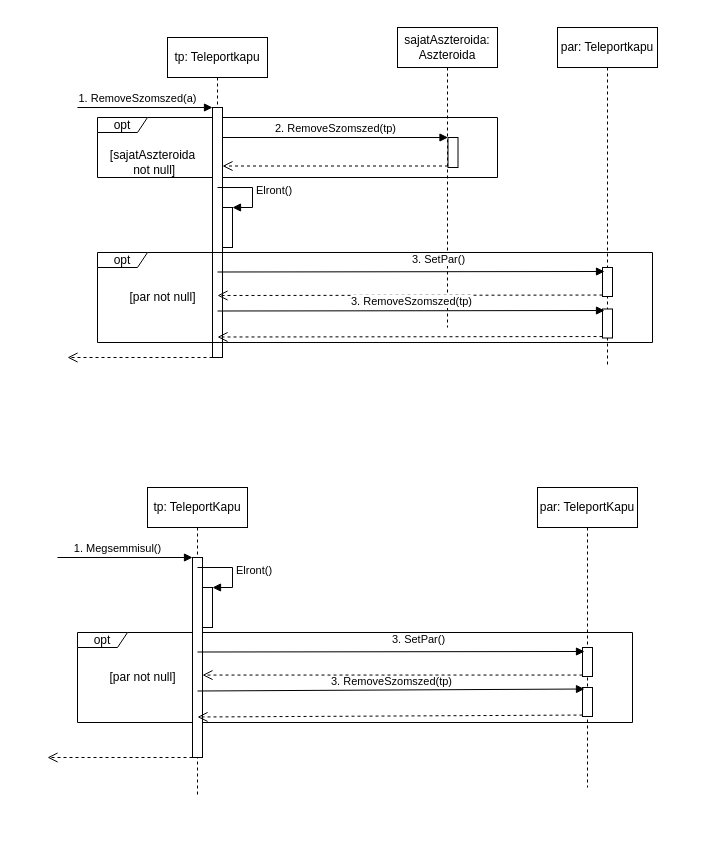
The draw.io diagram doc/uml/teleport kapu felrobban.drawio in torpeBoiGo/aszteroidabanyaszat, before the edit. Source tidied: cells renumbered, new cells numbered last; positions are measured from the earlier drawing's top-left corner, leaving out a move shared by most shapes. Both pictures are drawn from the tidied source at 100%, with x=0, y=0 at pixel (47, 27).
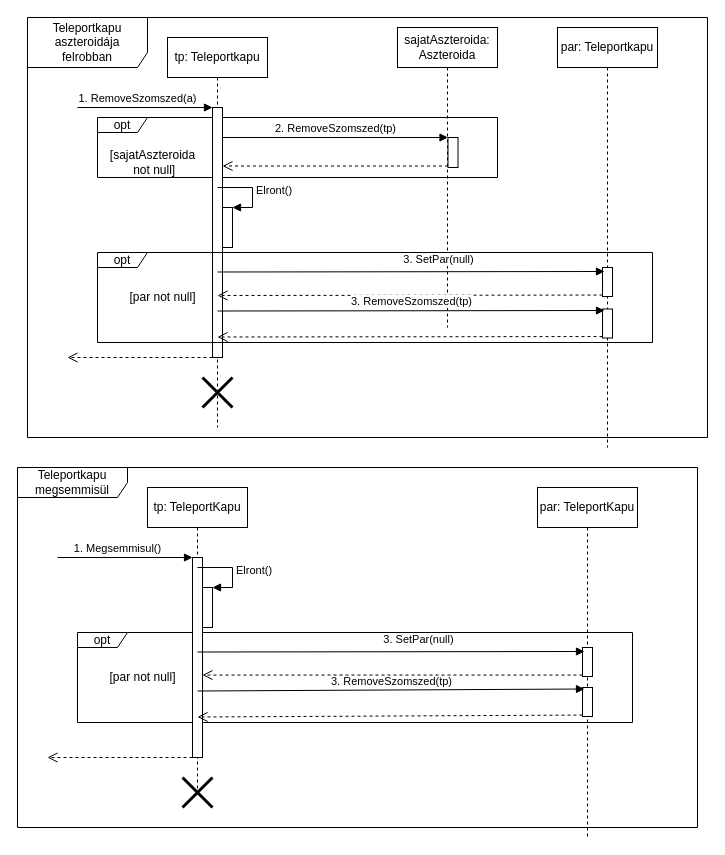
The same page after the edit.

Commit message:
meghalás jelölése X

Unchanged cells that the change refers to:
```xml
<mxCell id="24" value="tp: TeleportKapu" style="shape=umlLifeline;perimeter=lifelinePerimeter;whiteSpace=wrap;html=1;" parent="1" vertex="1">
  <mxGeometry x="100" y="460" width="100" height="310" as="geometry" />
</mxCell>
```

What changed in the source:
```diff
@@
+    <mxCell id="38" value="&lt;span&gt;Teleportkapu megsemmisül&lt;/span&gt;" style="shape=umlFrame;whiteSpace=wrap;html=1;width=110;height=30;" parent="1" vertex="1">
+      <mxGeometry x="-30" y="440" width="680" height="360" as="geometry" />
+    </mxCell>
+    <mxCell id="39" value="Teleportkapu aszteroidája felrobban" style="shape=umlFrame;whiteSpace=wrap;html=1;width=120;height=50;" parent="1" vertex="1">
+      <mxGeometry x="-20" y="-10" width="680" height="420" as="geometry" />
+    </mxCell>
@@
     <mxCell id="4" value="tp: Teleportkapu" style="shape=umlLifeline;perimeter=lifelinePerimeter;whiteSpace=wrap;html=1;" parent="1" vertex="1">
-      <mxGeometry x="120" y="10" width="100" height="320" as="geometry" />
+      <mxGeometry x="120" y="10" width="100" height="390" as="geometry" />
     </mxCell>
@@
+    <mxCell id="40" style="shape=umlDestroy;whiteSpace=wrap;html=1;strokeWidth=3;" parent="4" vertex="1">
+      <mxGeometry x="35" y="340" width="30" height="30" as="geometry" />
+    </mxCell>
     <mxCell id="10" value="par: Teleportkapu" style="shape=umlLifeline;perimeter=lifelinePerimeter;whiteSpace=wrap;html=1;" parent="1" vertex="1">
-      <mxGeometry x="510" width="100" height="340" as="geometry" />
+      <mxGeometry x="510" width="100" height="420" as="geometry" />
     </mxCell>
@@
-    <mxCell id="23" value="3. SetPar()" style="html=1;verticalAlign=bottom;endArrow=block;entryX=0.2;entryY=0.052;entryDx=0;entryDy=0;entryPerimeter=0;" parent="1" edge="1">
+    <mxCell id="23" value="3. SetPar(null)" style="html=1;verticalAlign=bottom;endArrow=block;entryX=0.2;entryY=0.052;entryDx=0;entryDy=0;entryPerimeter=0;" parent="1" edge="1">
       <mxGeometry x="0.14" y="3" relative="1" as="geometry">
         <mxPoint x="170" y="244.5" as="sourcePoint" />
         <mxPoint x="557" y="244" as="targetPoint" />
       </mxGeometry>
     </mxCell>
@@
+    <mxCell id="41" style="shape=umlDestroy;whiteSpace=wrap;html=1;strokeWidth=3;" parent="24" vertex="1">
+      <mxGeometry x="35" y="290" width="30" height="30" as="geometry" />
+    </mxCell>
     <mxCell id="30" value="par: TeleportKapu" style="shape=umlLifeline;perimeter=lifelinePerimeter;whiteSpace=wrap;html=1;" parent="1" vertex="1">
-      <mxGeometry x="490" y="460" width="100" height="300" as="geometry" />
+      <mxGeometry x="490" y="460" width="100" height="350" as="geometry" />
     </mxCell>
@@
-    <mxCell id="36" value="3. SetPar()" style="html=1;verticalAlign=bottom;endArrow=block;entryX=0.2;entryY=0.052;entryDx=0;entryDy=0;entryPerimeter=0;" parent="1" edge="1">
+    <mxCell id="36" value="3. SetPar(null)" style="html=1;verticalAlign=bottom;endArrow=block;entryX=0.2;entryY=0.052;entryDx=0;entryDy=0;entryPerimeter=0;" parent="1" edge="1">
       <mxGeometry x="0.14" y="3" relative="1" as="geometry">
         <mxPoint x="150" y="624.5" as="sourcePoint" />
         <mxPoint x="537" y="624" as="targetPoint" />
       </mxGeometry>
     </mxCell>
```
